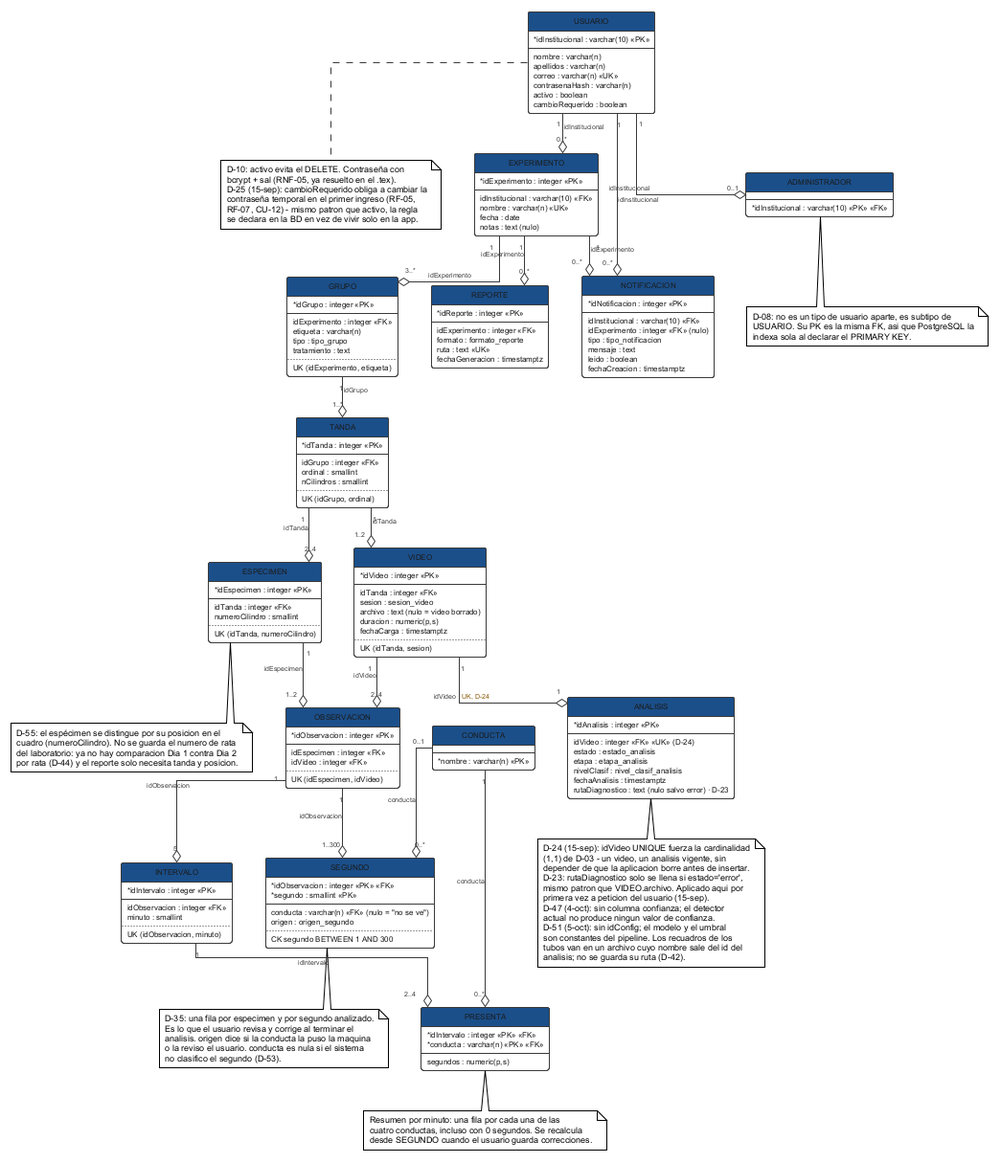
Above: figures/mermaid/esquema_fisico.png in ErickJester/fst-ai-system-latex (PlantUML), before the change.
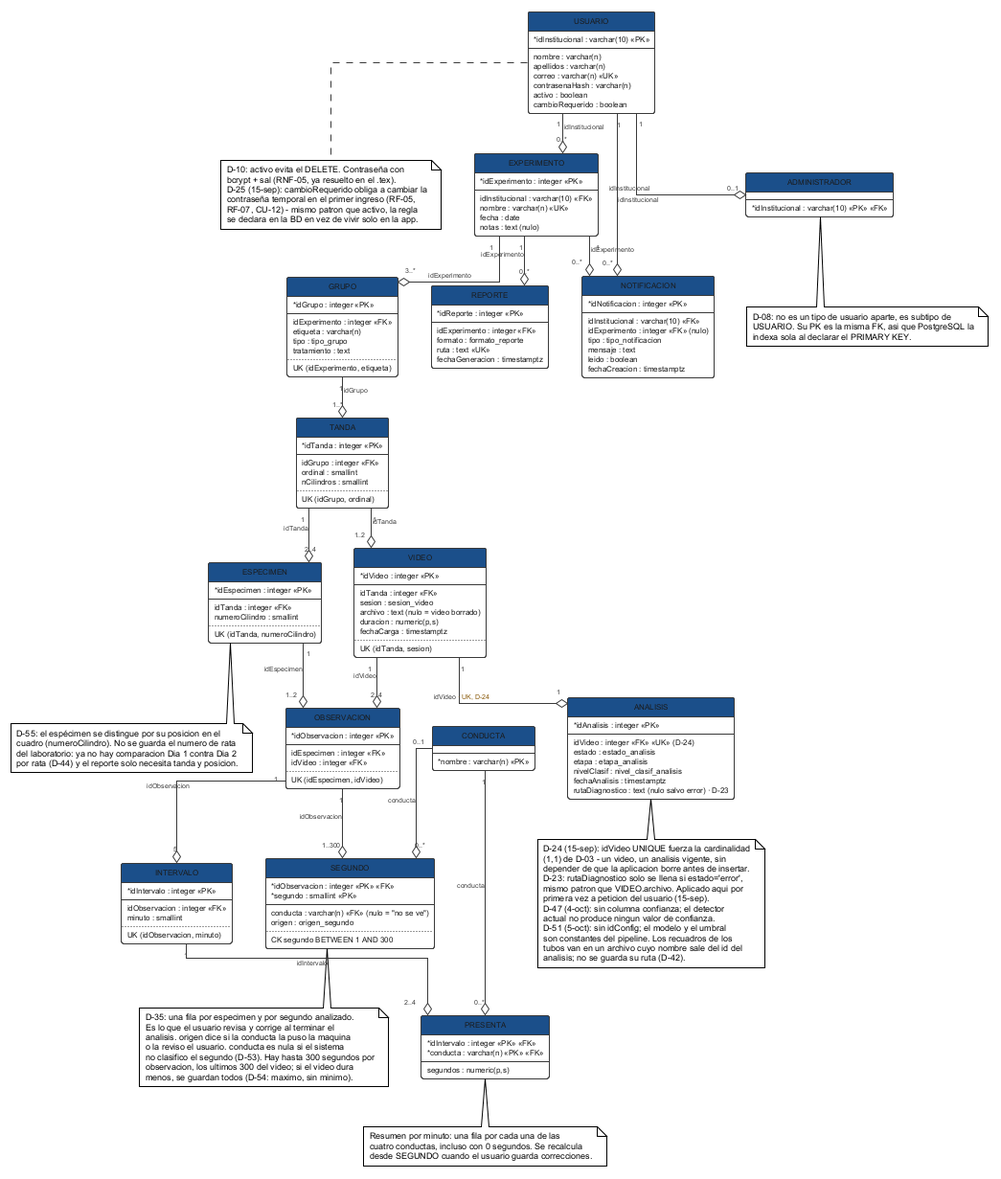
After the commit.

Diff of the diagram source:
```diff
@@ -181,7 +181,9 @@
   Es lo que el usuario revisa y corrige al terminar el
   analisis. origen dice si la conducta la puso la maquina
   o la reviso el usuario. conducta es nula si el sistema
-  no clasifico el segundo (D-53).
+  no clasifico el segundo (D-53). Hay hasta 300 segundos por
+  observacion, los ultimos 300 del video; si el video dura
+  menos, se guardan todos (D-54: maximo, sin minimo).
 end note
 
 entity ADMINISTRADOR {
```
